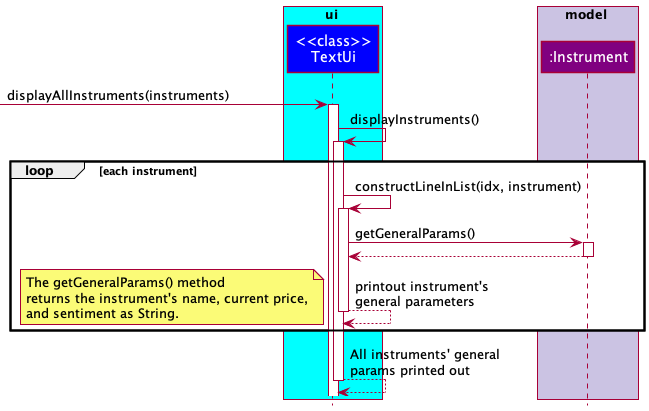
This is docs/images/TextUiDisplayInstrumentGeneralParams.png from williamlamjy/mTracker, a PlantUML export, as it was before one commit.
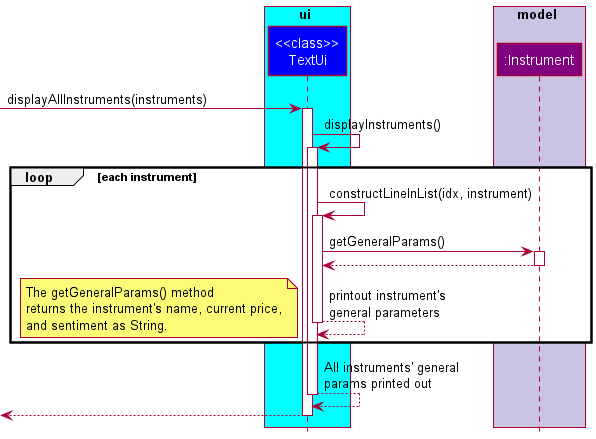
The same diagram one commit later.

Commit message:
Add return line in textui displayallinstruments

The edit, as a diff of the source:
```diff
@@ -38,6 +38,8 @@
 
 TextUi --> TextUi : All instruments' general \nparams printed out
 deactivate TextUi
+[<-- TextUi
+deactivate TextUi
 
 
 @enduml
```
